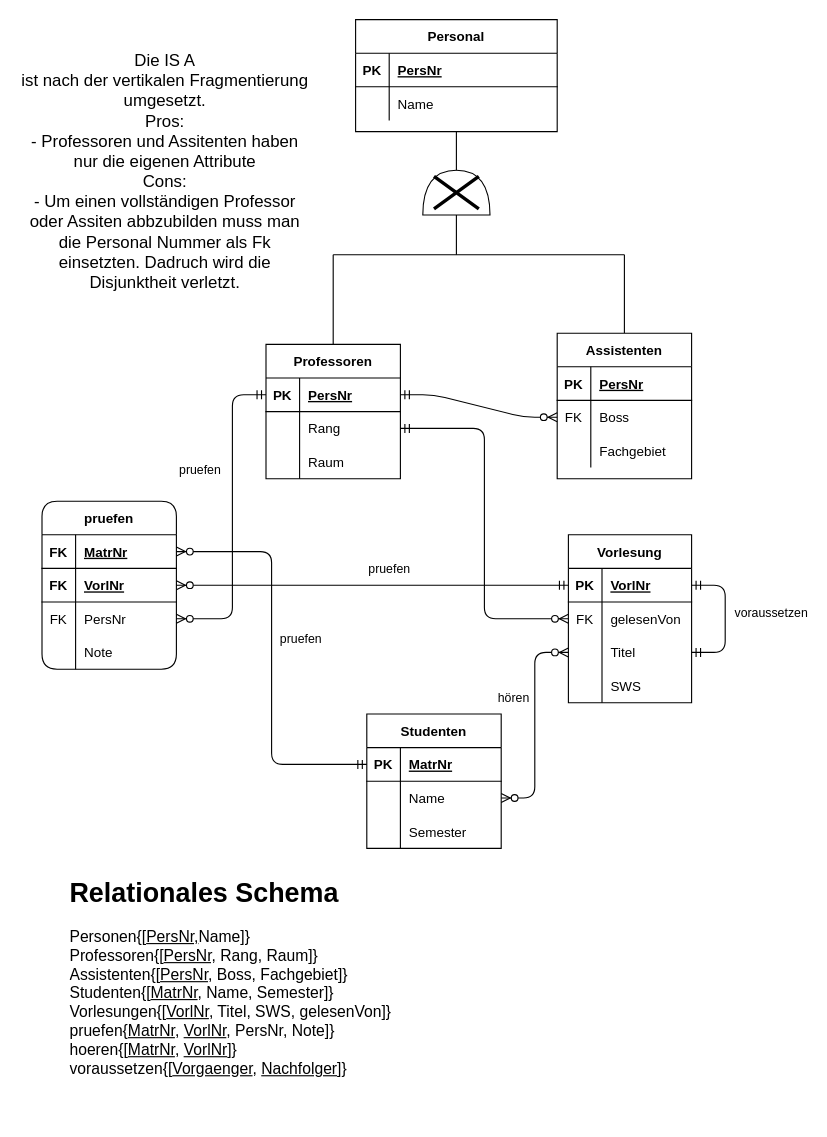
Above: P1_A1_EERD.drawio in TobiasMusiol/DB2_SoSem21 (draw.io), before the change. Source tidied: cells renumbered, new cells numbered last; positions are measured from the earlier drawing's top-left corner, leaving out a move shared by most shapes. Both pictures are drawn from the tidied source at 112%, with x=0, y=0 at pixel (19, 19).
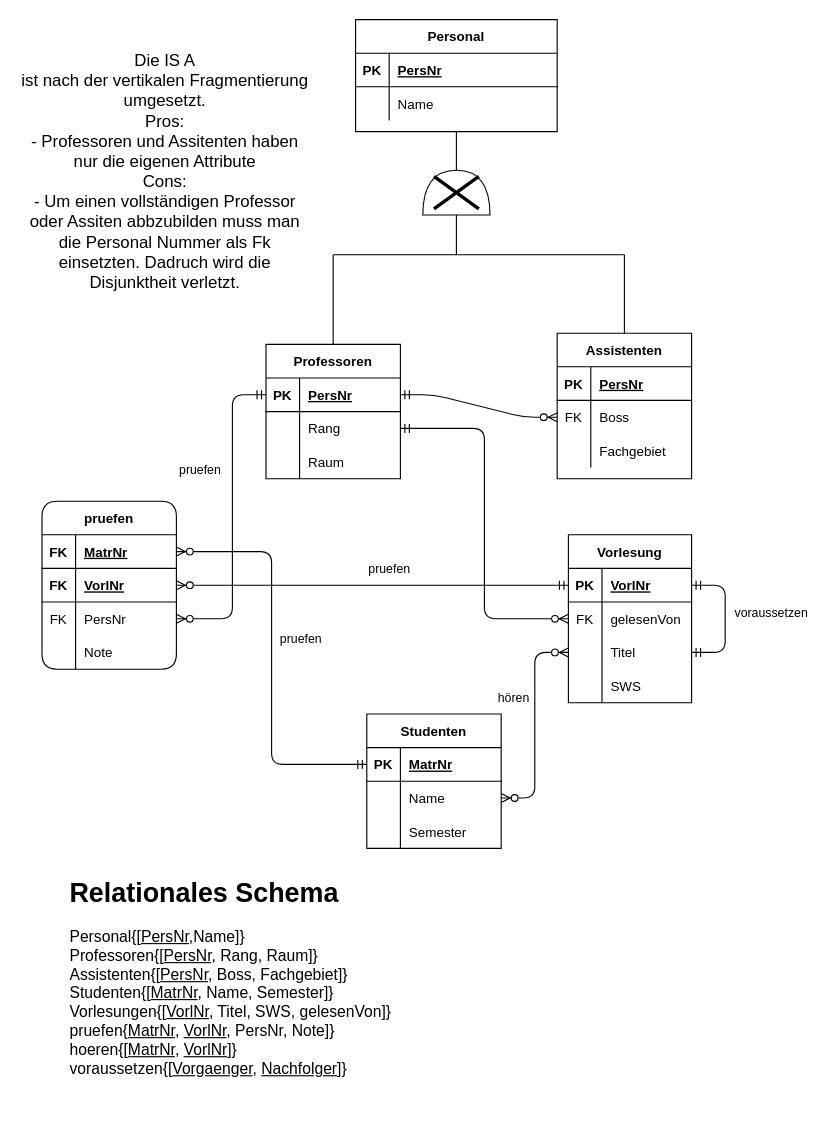
The same diagram, later.

What changed in the source:
```diff
@@
-    <mxCell id="85" value="&lt;h1&gt;Relationales Schema&lt;/h1&gt;&lt;div style=&quot;font-size: 14px&quot;&gt;Personen{[&lt;u&gt;PersNr,&lt;/u&gt;Name]}&lt;/div&gt;&lt;div style=&quot;font-size: 14px&quot;&gt;Professoren{[&lt;u&gt;PersNr,&lt;/u&gt; Rang, Raum]}&lt;/div&gt;&lt;div style=&quot;font-size: 14px&quot;&gt;Assistenten{[&lt;u&gt;PersNr&lt;/u&gt;, Boss, Fachgebiet]}&lt;/div&gt;&lt;div style=&quot;font-size: 14px&quot;&gt;Studenten{[&lt;u&gt;MatrNr&lt;/u&gt;, Name, Semester]}&lt;br&gt;&lt;/div&gt;&lt;div style=&quot;font-size: 14px&quot;&gt;Vorlesungen{[&lt;u&gt;VorlNr&lt;/u&gt;, Titel, SWS, gelesenVon]}&lt;/div&gt;&lt;div style=&quot;font-size: 14px&quot;&gt;pruefen{&lt;u&gt;MatrNr&lt;/u&gt;, &lt;u&gt;VorlNr&lt;/u&gt;, PersNr, Note]}&lt;/div&gt;&lt;div style=&quot;font-size: 14px&quot;&gt;hoeren{[&lt;u&gt;MatrNr&lt;/u&gt;, &lt;u&gt;VorlNr&lt;/u&gt;]}&lt;/div&gt;&lt;div style=&quot;font-size: 14px&quot;&gt;voraussetzen{[&lt;u&gt;Vorgaenger&lt;/u&gt;, &lt;u&gt;Nachfolger&lt;/u&gt;]}&lt;/div&gt;&lt;div style=&quot;font-size: 14px&quot;&gt;&lt;br&gt;&lt;/div&gt;" style="text;html=1;strokeColor=none;fillColor=none;spacing=5;spacingTop=-20;whiteSpace=wrap;overflow=hidden;rounded=0;" parent="1" vertex="1">
+    <mxCell id="85" value="&lt;h1&gt;Relationales Schema&lt;/h1&gt;&lt;div style=&quot;font-size: 14px&quot;&gt;Personal{[&lt;u&gt;PersNr,&lt;/u&gt;Name]}&lt;/div&gt;&lt;div style=&quot;font-size: 14px&quot;&gt;Professoren{[&lt;u&gt;PersNr,&lt;/u&gt; Rang, Raum]}&lt;/div&gt;&lt;div style=&quot;font-size: 14px&quot;&gt;Assistenten{[&lt;u&gt;PersNr&lt;/u&gt;, Boss, Fachgebiet]}&lt;/div&gt;&lt;div style=&quot;font-size: 14px&quot;&gt;Studenten{[&lt;u&gt;MatrNr&lt;/u&gt;, Name, Semester]}&lt;br&gt;&lt;/div&gt;&lt;div style=&quot;font-size: 14px&quot;&gt;Vorlesungen{[&lt;u&gt;VorlNr&lt;/u&gt;, Titel, SWS, gelesenVon]}&lt;/div&gt;&lt;div style=&quot;font-size: 14px&quot;&gt;pruefen{&lt;u&gt;MatrNr&lt;/u&gt;, &lt;u&gt;VorlNr&lt;/u&gt;, PersNr, Note]}&lt;/div&gt;&lt;div style=&quot;font-size: 14px&quot;&gt;hoeren{[&lt;u&gt;MatrNr&lt;/u&gt;, &lt;u&gt;VorlNr&lt;/u&gt;]}&lt;/div&gt;&lt;div style=&quot;font-size: 14px&quot;&gt;voraussetzen{[&lt;u&gt;Vorgaenger&lt;/u&gt;, &lt;u&gt;Nachfolger&lt;/u&gt;]}&lt;/div&gt;&lt;div style=&quot;font-size: 14px&quot;&gt;&lt;br&gt;&lt;/div&gt;" style="text;html=1;strokeColor=none;fillColor=none;spacing=5;spacingTop=-20;whiteSpace=wrap;overflow=hidden;rounded=0;" parent="1" vertex="1">
       <mxGeometry x="40" y="760" width="450" height="220" as="geometry" />
     </mxCell>
```
